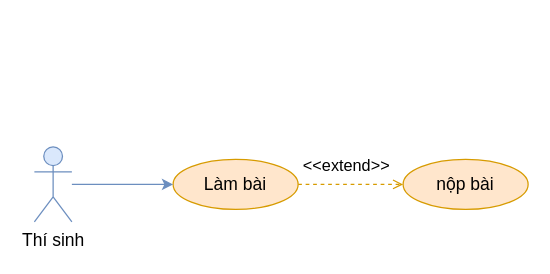
Above: Documents/draw/usecase/phan-ra/lam-bai.drawio in copecute/do-an-tot-nghiep (draw.io), before the change. Source tidied: cells renumbered, new cells numbered last; positions are measured from the earlier drawing's top-left corner, leaving out a move shared by most shapes. Both pictures are drawn from the tidied source at 125%, with x=0, y=0 at pixel (34, 146).
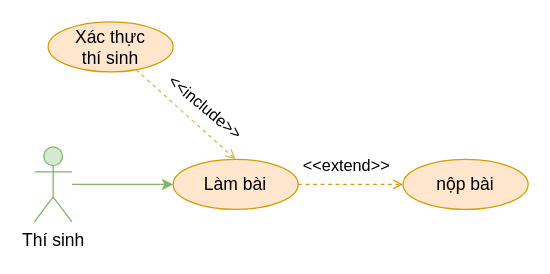
The same diagram, later.

Diff of the diagram source:
```diff
@@
 <mxGraphModel>
   <root>
     <mxCell id="0" />
     <mxCell id="1" parent="0" />
     <mxCell id="2" style="rounded=0;jettySize=auto;html=1;dashed=1;fillColor=#ffe6cc;strokeColor=#d79b00;fontSize=14;endArrow=open;endFill=0;" parent="1" edge="1" source="3" target="4">
       <mxGeometry relative="1" as="geometry" />
     </mxCell>
     <mxCell id="3" value="Làm bài" style="ellipse;whiteSpace=wrap;html=1;fillColor=#ffe6cc;strokeColor=#d79b00;fontSize=14;" parent="1" vertex="1">
       <mxGeometry x="111" y="10" width="100" height="40" as="geometry" />
     </mxCell>
     <mxCell id="4" value="nộp bài" style="ellipse;whiteSpace=wrap;html=1;fillColor=#ffe6cc;strokeColor=#d79b00;fontSize=14;" parent="1" vertex="1">
       <mxGeometry x="295" y="10" width="100" height="40" as="geometry" />
     </mxCell>
     <mxCell id="5" value="&lt;font style=&quot;font-size: 13px;&quot;&gt;&amp;lt;&amp;lt;extend&amp;gt;&amp;gt;&lt;/font&gt;" style="text;html=1;strokeColor=none;fillColor=none;align=center;verticalAlign=middle;whiteSpace=wrap;rounded=0;rotation=0;fontSize=13;" parent="1" vertex="1">
       <mxGeometry x="220" width="60" height="30" as="geometry" />
     </mxCell>
-    <mxCell id="6" style="rounded=0;jettySize=auto;html=1;entryX=0;entryY=0.5;entryDx=0;entryDy=0;fillColor=#dae8fc;strokeColor=#6c8ebf;fontSize=14;" parent="1" edge="1" source="7" target="3">
+    <mxCell id="6" style="rounded=0;jettySize=auto;html=1;entryX=0;entryY=0.5;entryDx=0;entryDy=0;fillColor=#d5e8d4;strokeColor=#82b366;fontSize=14;" parent="1" edge="1" source="7" target="3">
       <mxGeometry relative="1" as="geometry" />
     </mxCell>
-    <mxCell id="7" value="Thí sinh" style="shape=umlActor;verticalLabelPosition=bottom;verticalAlign=top;html=1;outlineConnect=0;fillColor=#dae8fc;strokeColor=#6c8ebf;fontSize=14;" parent="1" vertex="1">
+    <mxCell id="7" value="Thí sinh" style="shape=umlActor;verticalLabelPosition=bottom;verticalAlign=top;html=1;outlineConnect=0;fillColor=#d5e8d4;strokeColor=#82b366;fontSize=14;" parent="1" vertex="1">
       <mxGeometry width="30" height="60" as="geometry" />
     </mxCell>
+    <mxCell id="8" style="rounded=0;jettySize=auto;html=1;entryX=0.5;entryY=0;entryDx=0;entryDy=0;fillColor=#fff2cc;strokeColor=#d6b656;dashed=1;endArrow=open;endFill=0;" parent="1" edge="1" source="9" target="3">
+      <mxGeometry relative="1" as="geometry" />
+    </mxCell>
+    <mxCell id="9" value="Xác thực&lt;div&gt;thí sinh&lt;/div&gt;" style="ellipse;whiteSpace=wrap;html=1;fillColor=#ffe6cc;strokeColor=#d79b00;fontSize=14;" parent="1" vertex="1">
+      <mxGeometry x="11" y="-100" width="100" height="40" as="geometry" />
+    </mxCell>
+    <mxCell id="10" value="&amp;lt;&amp;lt;include&amp;gt;&amp;gt;" style="text;html=1;align=center;verticalAlign=middle;strokeColor=none;fillColor=none;fontFamily=Helvetica;fontSize=13;fontColor=default;labelBackgroundColor=default;rotation=40;" parent="1" vertex="1">
+      <mxGeometry x="87" y="-47" width="100" height="30" as="geometry" />
+    </mxCell>
   </root>
 </mxGraphModel>
```
